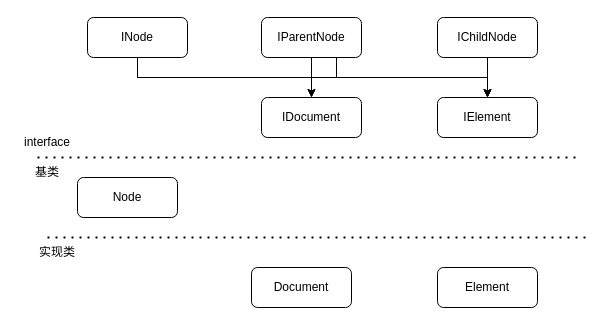
Above: javaScript/node.drawio in Alex-Li2018/flow-chart (draw.io), before the change. Source tidied: cells renumbered, new cells numbered last; positions are measured from the earlier drawing's top-left corner, leaving out a move shared by most shapes. Both pictures are drawn from the tidied source at 100%, with x=0, y=0 at pixel (17, 17).
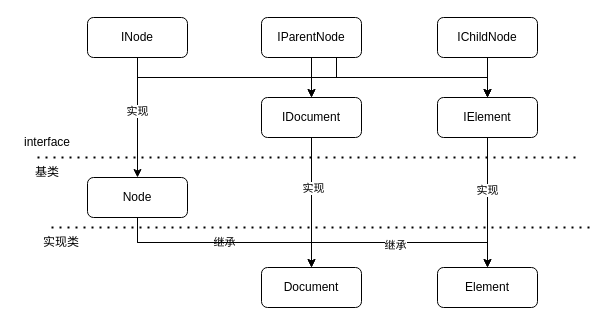
After the change.

Unchanged cells that the change refers to:
```xml
<mxCell id="4" value="INode" style="rounded=1;whiteSpace=wrap;html=1;" parent="1" vertex="1">
  <mxGeometry x="70" width="100" height="40" as="geometry" />
</mxCell>
<mxCell id="12" value="Element" style="rounded=1;whiteSpace=wrap;html=1;" parent="1" vertex="1">
  <mxGeometry x="420" y="250" width="100" height="40" as="geometry" />
</mxCell>
<mxCell id="13" value="IElement" style="rounded=1;whiteSpace=wrap;html=1;" parent="1" vertex="1">
  <mxGeometry x="420" y="80" width="100" height="40" as="geometry" />
</mxCell>
<mxCell id="14" value="IDocument" style="rounded=1;whiteSpace=wrap;html=1;" parent="1" vertex="1">
  <mxGeometry x="244" y="80" width="100" height="40" as="geometry" />
</mxCell>
```

What changed in the source:
```diff
@@
+    <mxCell id="20" style="edgeStyle=orthogonalEdgeStyle;rounded=0;jettySize=auto;html=1;exitX=0.5;exitY=1;exitDx=0;exitDy=0;entryX=0.5;entryY=0;entryDx=0;entryDy=0;" parent="1" edge="1" source="4" target="10">
+      <mxGeometry relative="1" as="geometry" />
+    </mxCell>
+    <mxCell id="21" value="实现" style="edgeLabel;html=1;align=center;verticalAlign=middle;" parent="20" vertex="1">
+      <mxGeometry x="-0.12" y="-1" relative="1" as="geometry" />
+    </mxCell>
@@
+    <mxCell id="22" value="继承" style="edgeStyle=orthogonalEdgeStyle;rounded=0;jettySize=auto;html=1;exitX=0.5;exitY=1;exitDx=0;exitDy=0;entryX=0.5;entryY=0;entryDx=0;entryDy=0;" parent="1" edge="1" source="10" target="11">
+      <mxGeometry relative="1" as="geometry" />
+    </mxCell>
+    <mxCell id="23" style="edgeStyle=orthogonalEdgeStyle;rounded=0;jettySize=auto;html=1;exitX=0.5;exitY=1;exitDx=0;exitDy=0;" parent="1" edge="1" source="10" target="12">
+      <mxGeometry relative="1" as="geometry" />
+    </mxCell>
+    <mxCell id="24" value="继承" style="edgeLabel;html=1;align=center;verticalAlign=middle;" parent="23" vertex="1">
+      <mxGeometry x="0.41" y="-2" relative="1" as="geometry" />
+    </mxCell>
     <mxCell id="10" value="Node" style="rounded=1;whiteSpace=wrap;html=1;" parent="1" vertex="1">
-      <mxGeometry x="60" y="160" width="100" height="40" as="geometry" />
+      <mxGeometry x="70" y="160" width="100" height="40" as="geometry" />
     </mxCell>
     <mxCell id="11" value="Document" style="rounded=1;whiteSpace=wrap;html=1;" parent="1" vertex="1">
-      <mxGeometry x="234" y="250" width="100" height="40" as="geometry" />
+      <mxGeometry x="244" y="250" width="100" height="40" as="geometry" />
     </mxCell>
@@
+    <mxCell id="25" style="edgeStyle=orthogonalEdgeStyle;rounded=0;jettySize=auto;html=1;exitX=0.5;exitY=1;exitDx=0;exitDy=0;" parent="1" edge="1" source="13" target="12">
+      <mxGeometry relative="1" as="geometry" />
+    </mxCell>
+    <mxCell id="26" value="实现" style="edgeLabel;html=1;align=center;verticalAlign=middle;" parent="25" vertex="1">
+      <mxGeometry x="-0.2" y="-1" relative="1" as="geometry" />
+    </mxCell>
@@
+    <mxCell id="27" style="edgeStyle=orthogonalEdgeStyle;rounded=0;jettySize=auto;html=1;exitX=0.5;exitY=1;exitDx=0;exitDy=0;entryX=0.5;entryY=0;entryDx=0;entryDy=0;" parent="1" edge="1" source="14" target="11">
+      <mxGeometry relative="1" as="geometry" />
+    </mxCell>
+    <mxCell id="28" value="实现" style="edgeLabel;html=1;align=center;verticalAlign=middle;" parent="27" vertex="1">
+      <mxGeometry x="-0.23" y="1" relative="1" as="geometry" />
+    </mxCell>
@@
     <mxCell id="18" style="endArrow=none;dashed=1;html=1;dashPattern=1 3;strokeWidth=2;rounded=0;" parent="1" edge="1">
       <mxGeometry relative="1" as="geometry">
-        <mxPoint x="30" y="220" as="sourcePoint" />
-        <mxPoint x="570" y="220" as="targetPoint" />
+        <mxPoint x="34" y="210" as="sourcePoint" />
+        <mxPoint x="574" y="210" as="targetPoint" />
       </mxGeometry>
     </mxCell>
     <mxCell id="19" value="实现类" style="text;html=1;strokeColor=none;fillColor=none;align=center;verticalAlign=middle;whiteSpace=wrap;rounded=0;" parent="1" vertex="1">
-      <mxGeometry x="10" y="220" width="60" height="30" as="geometry" />
+      <mxGeometry x="14" y="210" width="60" height="30" as="geometry" />
     </mxCell>
```
